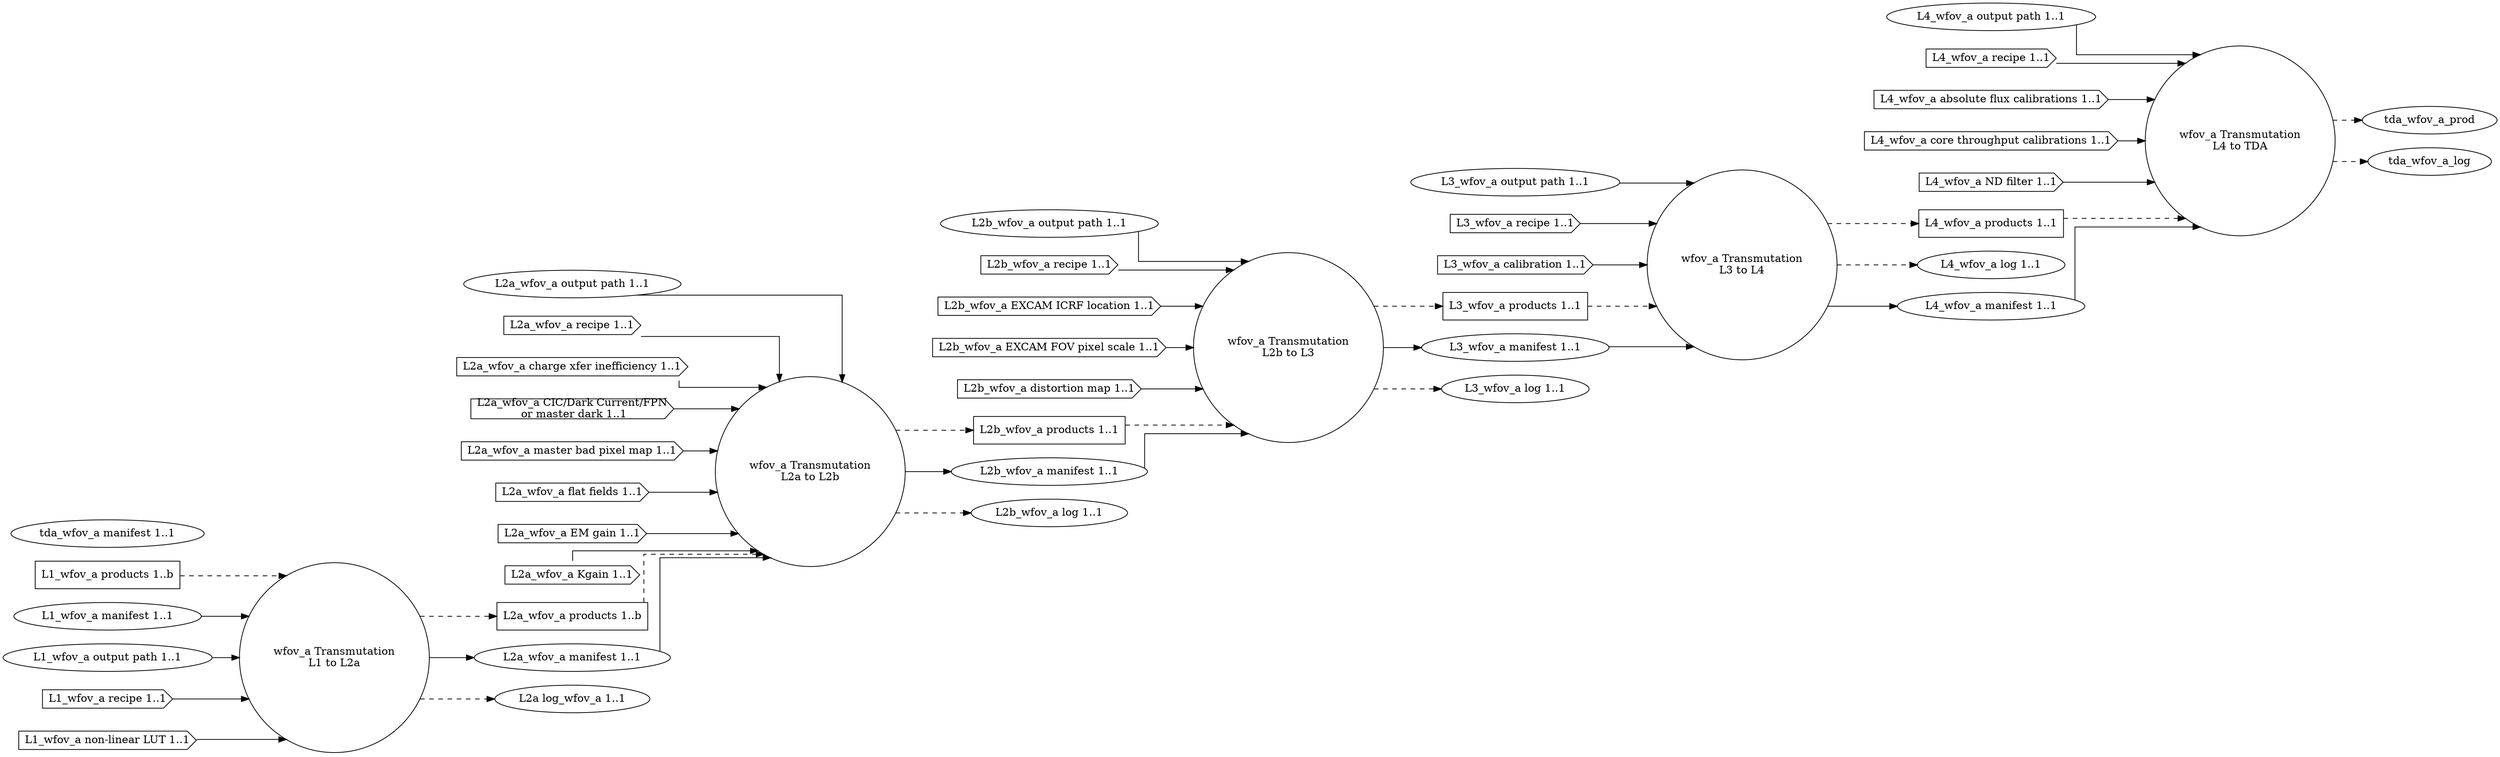
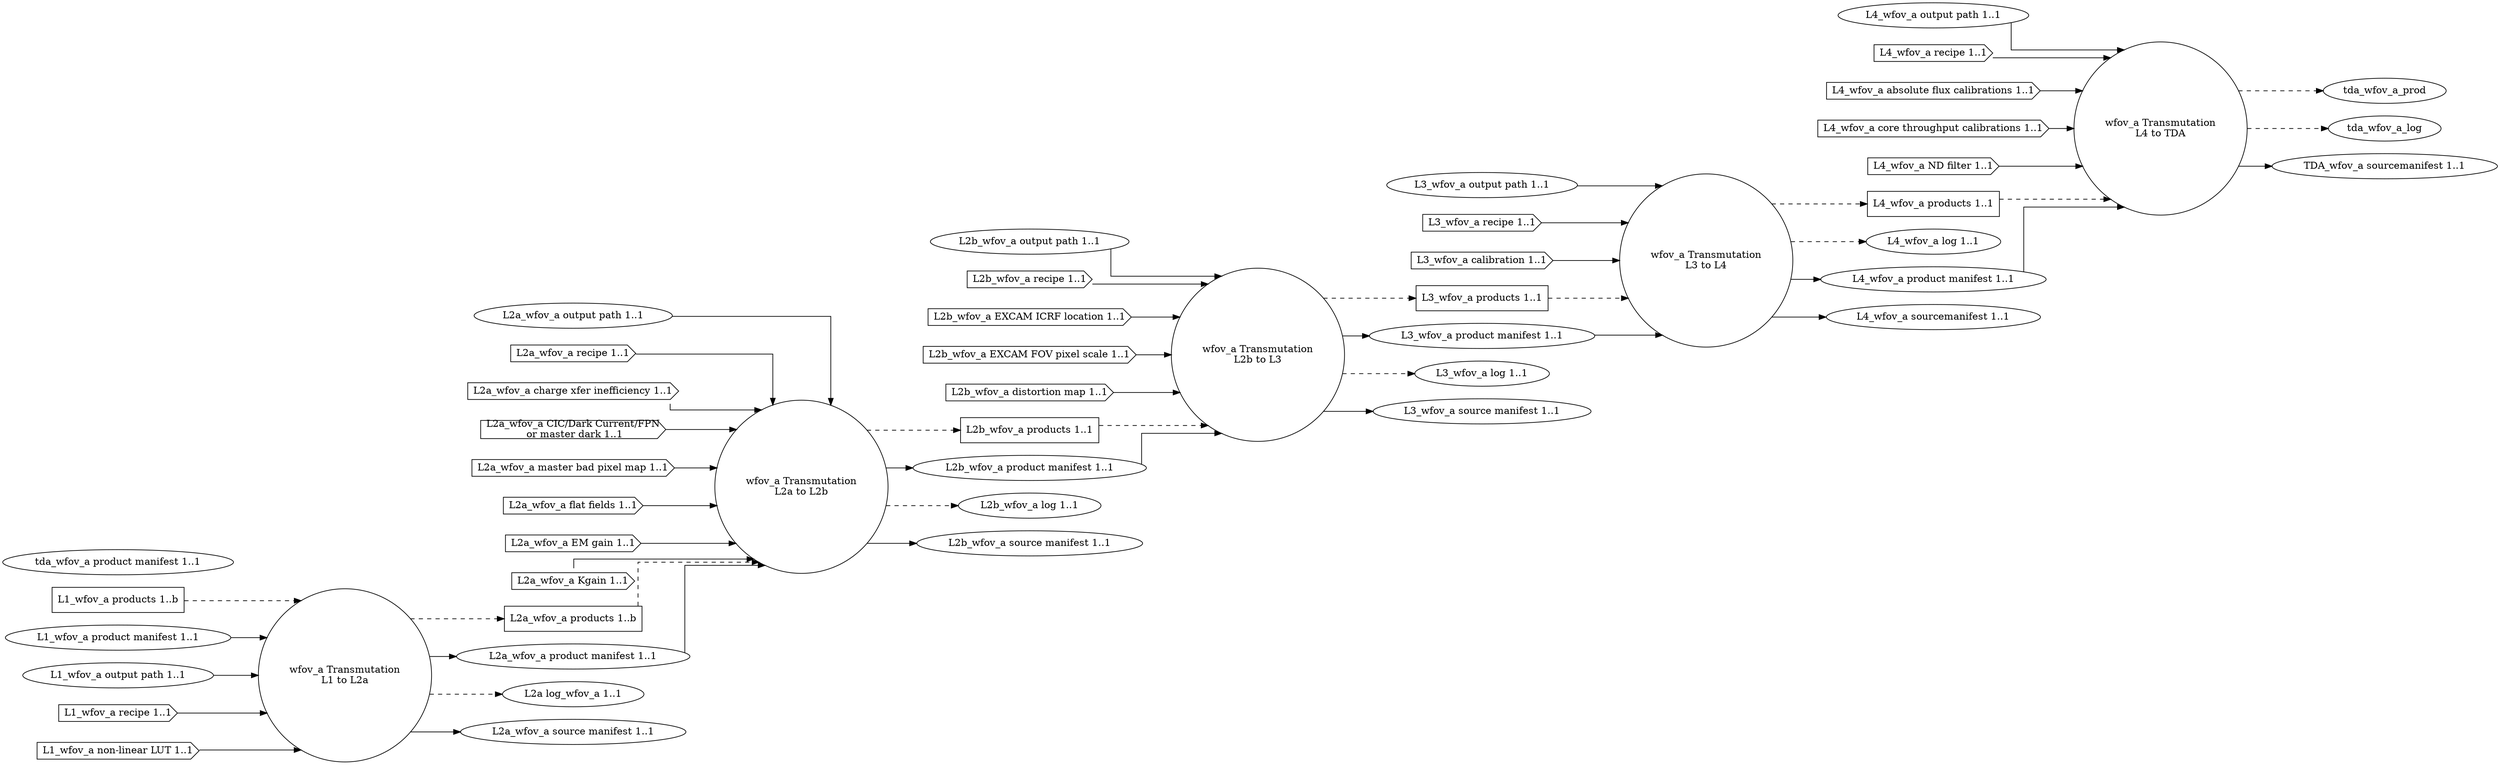
digraph WideFieldOfViewAnalog {
graph [splines="ortho", rankdir=LR];
trans_wfov_a_l1_l2a [label="wfov_a Transmutation\nL1 to L2a", shape="circle", runname="l1.transmutation_wfov_a", runtype="dawgie.Algorithm", fsmtype="dip.base.Runner"];
trans_wfov_a_l2a_l2b [label="wfov_a Transmutation\nL2a to L2b", shape="circle", runname="l2a.transmutation_wfov_a", runtype="dawgie.Algorithm", fsmtype="dip.base.Runner"];
trans_wfov_a_l2b_l3 [label="wfov_a Transmutation\nL2b to L3", shape="circle", runname="l2b.transmutation_wfov_a", runtype="dawgie.Algorithm", fsmtype="dip.base.Runner"];
trans_wfov_a_l3_l4 [label="wfov_a Transmutation\nL3 to L4", shape="circle", runname="l3.transmutation_wfov_a", runtype="dawgie.Algorithm", fsmtype="dip.base.Runner"];
trans_wfov_a_l4_tda [label="wfov_a Transmutation\nL4 to TDA", shape="circle", runname="l4.transmutation_wfov_a", runtype="dawgie.Algorithm", fsmtype="dip.base.Runner"];
l1_wfov_a_prod [label="L1_wfov_a products 1..b", shape="rectangle"];
- l1_wfov_a_man [label="L1_wfov_a manifest 1..1", shape="ellipse"];
+ l1_wfov_a_man [label="L1_wfov_a product manifest 1..1", shape="ellipse"];
l1_wfov_a_odir [label="L1_wfov_a output path 1..1", shape="ellipse"];
l1_wfov_a_rec [label="L1_wfov_a recipe 1..1", shape="cds"];
l1_wfov_a_nllut [label="L1_wfov_a non-linear LUT 1..1", shape="cds"];
l2a_wfov_a_prod [label="L2a_wfov_a products 1..b", shape="rectangle"];
- l2a_wfov_a_man [label="L2a_wfov_a manifest 1..1", shape="ellipse", valname="l1.transmutation_wfov_a.product.manifest", valtype="dip.base.Manifest"];
+ l2a_wfov_a_man [label="L2a_wfov_a product manifest 1..1", shape="ellipse", valname="l1.transmutation_wfov_a.product.manifest", valtype="dip.base.Manifest"];
l2a_wfov_a_odir [label="L2a_wfov_a output path 1..1", shape="ellipse"];
l2a_wfov_a_rec [label="L2a_wfov_a recipe 1..1", shape="cds"];
l2a_wfov_a_cti [label="L2a_wfov_a charge xfer inefficiency 1..1", shape="cds"];
l2a_wfov_a_dnb [label="L2a_wfov_a CIC/Dark Current/FPN\n or master dark 1..1", shape="cds"];
l2a_wfov_a_mbpm [label="L2a_wfov_a master bad pixel map 1..1", shape="cds"];
l2a_wfov_a_ff [label="L2a_wfov_a flat fields 1..1", shape="cds"];
l2a_wfov_a_emg [label="L2a_wfov_a EM gain 1..1", shape="cds"];
l2a_wfov_a_kgain [label="L2a_wfov_a Kgain 1..1", shape="cds"];
l2a_wfov_a_log [label="L2a log_wfov_a 1..1", shape="ellipse"];
l2b_wfov_a_prod [label="L2b_wfov_a products 1..1", shape="rectangle"];
- l2b_wfov_a_man [label="L2b_wfov_a manifest 1..1", shape="ellipse", valname="l2a.transmutation_wfov_a.product.manifest", valtype="dip.base.Manifest"];
+ l2b_wfov_a_man [label="L2b_wfov_a product manifest 1..1", shape="ellipse", valname="l2a.transmutation_wfov_a.product.manifest", valtype="dip.base.Manifest"];
l2b_wfov_a_odir [label="L2b_wfov_a output path 1..1", shape="ellipse"];
l2b_wfov_a_rec [label="L2b_wfov_a recipe 1..1", shape="cds"];
l2b_wfov_a_excicrf [label="L2b_wfov_a EXCAM ICRF location 1..1", shape="cds"];
l2b_wfov_a_excfovps [label="L2b_wfov_a EXCAM FOV pixel scale 1..1", shape="cds"];
l2b_wfov_a_distm [label="L2b_wfov_a distortion map 1..1", shape="cds"];
l2b_wfov_a_log [label="L2b_wfov_a log 1..1", shape="ellipse"];
l3_wfov_a_prod [label="L3_wfov_a products 1..1", shape="rectangle"];
l3_wfov_a_odir [label="L3_wfov_a output path 1..1", shape="ellipse"];
- l3_wfov_a_man [label="L3_wfov_a manifest 1..1", shape="ellipse", valname="l2b.transmutation_wfov_a.product.manifest", valtype="dip.base.Manifest"];
+ l3_wfov_a_man [label="L3_wfov_a product manifest 1..1", shape="ellipse", valname="l2b.transmutation_wfov_a.product.manifest", valtype="dip.base.Manifest"];
l3_wfov_a_rec [label="L3_wfov_a recipe 1..1", shape="cds"];
l3_wfov_a_cal [label="L3_wfov_a calibration 1..1", shape="cds"];
l3_wfov_a_log [label="L3_wfov_a log 1..1", shape="ellipse"];
l4_wfov_a_prod [label="L4_wfov_a products 1..1", shape="rectangle"];
l4_wfov_a_odir [label="L4_wfov_a output path 1..1", shape="ellipse"];
l4_wfov_a_log [label="L4_wfov_a log 1..1", shape="ellipse"];
- l4_wfov_a_man [label="L4_wfov_a manifest 1..1", shape="ellipse", valname="l3.transmutation_wfov_a.product.manifest", valtype="dip.base.Manifest"];
+ l4_wfov_a_man [label="L4_wfov_a product manifest 1..1", shape="ellipse", valname="l3.transmutation_wfov_a.product.manifest", valtype="dip.base.Manifest"];
l4_wfov_a_rec [label="L4_wfov_a recipe 1..1", shape="cds"];
l4_wfov_a_afcal [label="L4_wfov_a absolute flux calibrations 1..1", shape="cds"];
l4_wfov_a_ctcal [label="L4_wfov_a core throughput calibrations 1..1", shape="cds"];
l4_wfov_a_ndfilt [label="L4_wfov_a ND filter 1..1", shape="cds"];
- tda_wfov_a_man [label="tda_wfov_a manifest 1..1", shape="ellipse", valname="l4.transmutation_wfov_a.product.manifest", valtype="dip.base.Manifest"];
+ tda_wfov_a_man [label="tda_wfov_a product manifest 1..1", shape="ellipse", valname="l4.transmutation_wfov_a.product.manifest", valtype="dip.base.Manifest"];
l1_wfov_a_prod -> trans_wfov_a_l1_l2a [style="dashed"];
l1_wfov_a_man -> trans_wfov_a_l1_l2a;
l1_wfov_a_odir -> trans_wfov_a_l1_l2a;
l1_wfov_a_rec -> trans_wfov_a_l1_l2a;
l1_wfov_a_nllut -> trans_wfov_a_l1_l2a;
trans_wfov_a_l1_l2a -> l2a_wfov_a_prod [style="dashed"];
trans_wfov_a_l1_l2a -> l2a_wfov_a_man;
trans_wfov_a_l1_l2a -> l2a_wfov_a_log [style="dashed"];
l2a_wfov_a_prod -> trans_wfov_a_l2a_l2b [style="dashed"];
l2a_wfov_a_odir -> trans_wfov_a_l2a_l2b;
l2a_wfov_a_rec -> trans_wfov_a_l2a_l2b;
l2a_wfov_a_cti -> trans_wfov_a_l2a_l2b;
l2a_wfov_a_dnb -> trans_wfov_a_l2a_l2b;
l2a_wfov_a_mbpm -> trans_wfov_a_l2a_l2b;
l2a_wfov_a_ff -> trans_wfov_a_l2a_l2b;
l2a_wfov_a_emg -> trans_wfov_a_l2a_l2b;
l2a_wfov_a_kgain -> trans_wfov_a_l2a_l2b;
trans_wfov_a_l2a_l2b -> l2b_wfov_a_prod [style="dashed"];
trans_wfov_a_l2a_l2b -> l2b_wfov_a_man;
trans_wfov_a_l2a_l2b -> l2b_wfov_a_log [style="dashed"];
l2a_wfov_a_man -> trans_wfov_a_l2a_l2b;
l2b_wfov_a_prod -> trans_wfov_a_l2b_l3 [style="dashed"];
l2b_wfov_a_man -> trans_wfov_a_l2b_l3;
l2b_wfov_a_odir -> trans_wfov_a_l2b_l3;
l2b_wfov_a_rec -> trans_wfov_a_l2b_l3;
l2b_wfov_a_excicrf -> trans_wfov_a_l2b_l3;
l2b_wfov_a_excfovps -> trans_wfov_a_l2b_l3;
l2b_wfov_a_distm -> trans_wfov_a_l2b_l3;
trans_wfov_a_l2b_l3 -> l3_wfov_a_prod [style="dashed"];
trans_wfov_a_l2b_l3 -> l3_wfov_a_man;
trans_wfov_a_l2b_l3 -> l3_wfov_a_log [style="dashed"];
l3_wfov_a_prod -> trans_wfov_a_l3_l4 [style="dashed"];
l3_wfov_a_man -> trans_wfov_a_l3_l4;
l3_wfov_a_odir -> trans_wfov_a_l3_l4;
l3_wfov_a_rec -> trans_wfov_a_l3_l4;
l3_wfov_a_cal -> trans_wfov_a_l3_l4;
trans_wfov_a_l3_l4 -> l4_wfov_a_prod [style="dashed"];
trans_wfov_a_l3_l4 -> l4_wfov_a_log [style="dashed"];
trans_wfov_a_l3_l4 -> l4_wfov_a_man;
l4_wfov_a_prod -> trans_wfov_a_l4_tda [style="dashed"];
l4_wfov_a_man -> trans_wfov_a_l4_tda;
l4_wfov_a_odir -> trans_wfov_a_l4_tda;
l4_wfov_a_rec -> trans_wfov_a_l4_tda;
l4_wfov_a_afcal -> trans_wfov_a_l4_tda;
l4_wfov_a_ctcal -> trans_wfov_a_l4_tda;
l4_wfov_a_ndfilt -> trans_wfov_a_l4_tda;
trans_wfov_a_l4_tda -> tda_wfov_a_prod [style="dashed"];
trans_wfov_a_l4_tda -> tda_wfov_a_log [style="dashed"];
+ 
+ l2a_wfov_a_src [label="L2a_wfov_a source manifest 1..1", shape="ellipse", valname="l1.transmutation_wfov_a.source.manifest", valtype="dip.base.Manifest"];
+ l2b_wfov_a_src [label="L2b_wfov_a source manifest 1..1", shape="ellipse", valname="l2a.transmutation_wfov_a.source.manifest", valtype="dip.base.Manifest"];
+ l3_wfov_a_src [label="L3_wfov_a source manifest 1..1", shape="ellipse", valname="l2b.transmutation_wfov_a.source.manifest", valtype="dip.base.Manifest"];
+ l4_wfov_a_src [label="L4_wfov_a sourcemanifest 1..1", shape="ellipse", valname="l3.transmutation_wfov_a.source.manifest", valtype="dip.base.Manifest"];
+ tda_wfov_a_src [label="TDA_wfov_a sourcemanifest 1..1", shape="ellipse", valname="l4.transmutation_wfov_a.source.manifest", valtype="dip.base.Manifest"];
+ trans_wfov_a_l1_l2a -> l2a_wfov_a_src;
+ trans_wfov_a_l2a_l2b -> l2b_wfov_a_src;
+ trans_wfov_a_l2b_l3 -> l3_wfov_a_src;
+ trans_wfov_a_l3_l4 -> l4_wfov_a_src;
+ trans_wfov_a_l4_tda -> tda_wfov_a_src;
}
